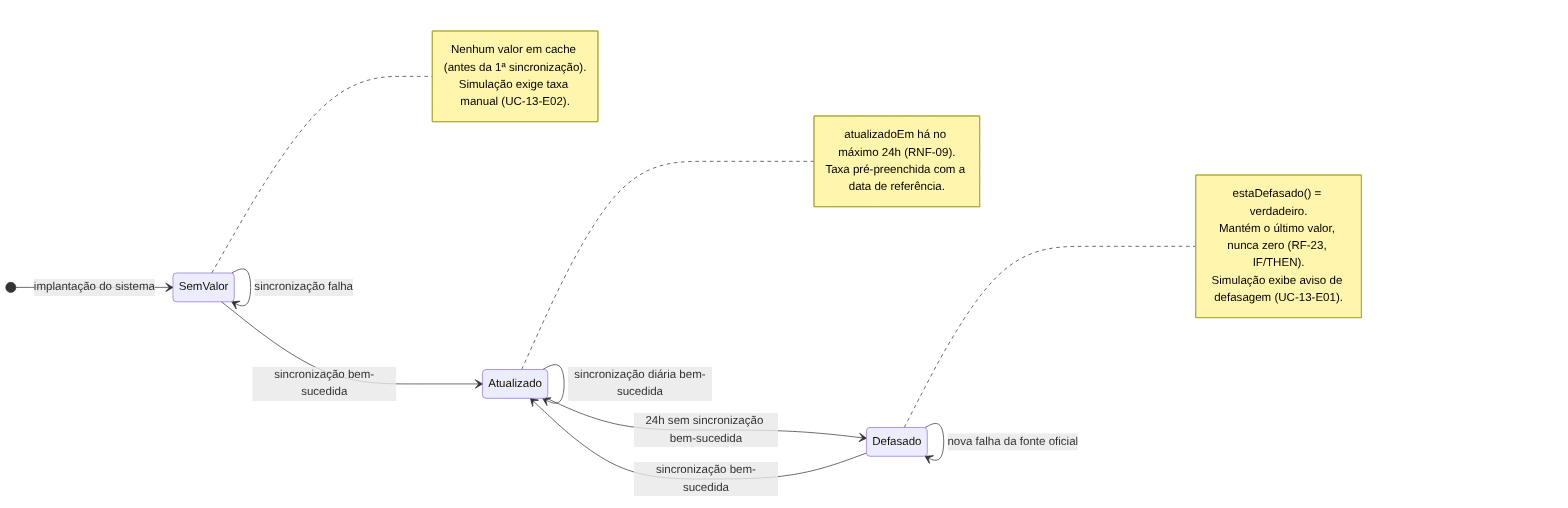
Before: docs/uml/estados-indicador.png, a diagram exported from Mermaid (EricToshioGoya/Finance-management). Its source is kept beside it as docs/uml/estados-indicador.mmd.
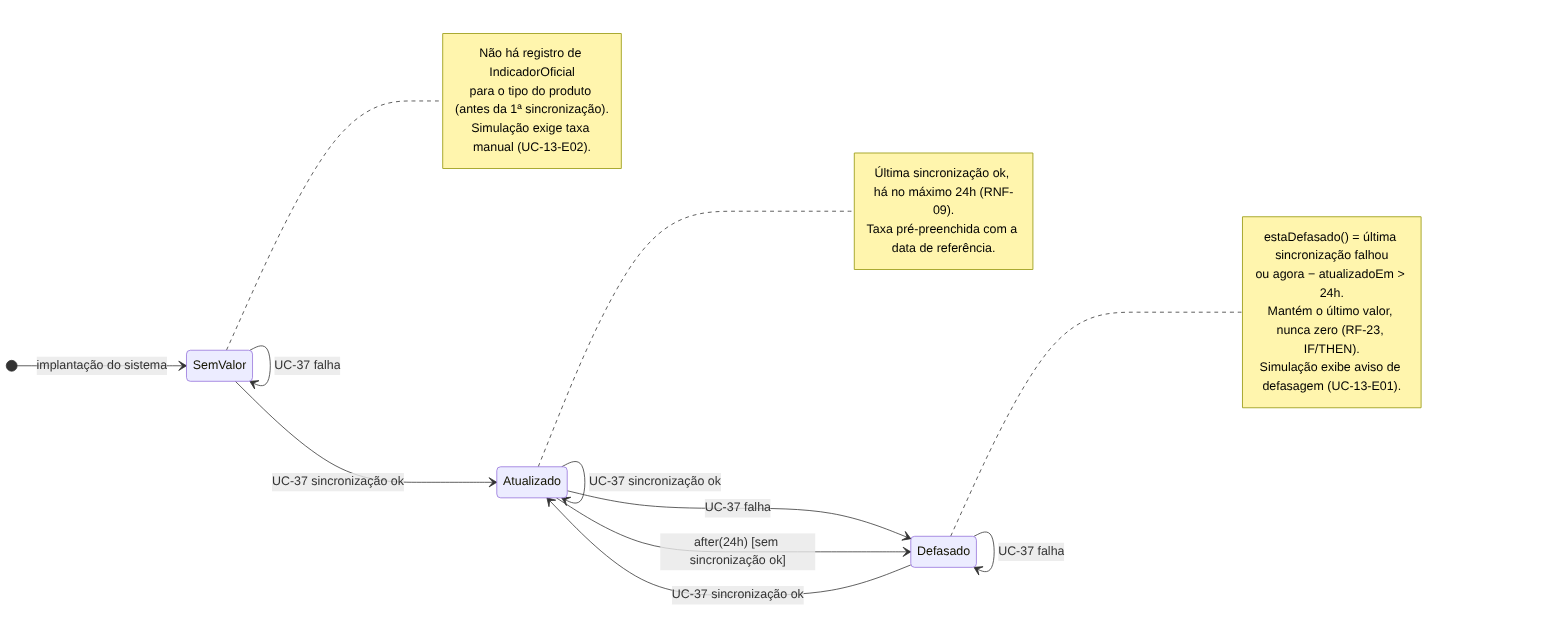
The same file after the commit.

What changed in the source:
```diff
@@ -3,25 +3,28 @@
 
     [*] --> SemValor : implantação do sistema
 
-    SemValor --> Atualizado : sincronização bem-sucedida
-    SemValor --> SemValor : sincronização falha
-    Atualizado --> Atualizado : sincronização diária bem-sucedida
-    Atualizado --> Defasado : 24h sem sincronização bem-sucedida
-    Defasado --> Atualizado : sincronização bem-sucedida
-    Defasado --> Defasado : nova falha da fonte oficial
+    SemValor --> Atualizado : UC-37 sincronização ok
+    SemValor --> SemValor : UC-37 falha
+    Atualizado --> Atualizado : UC-37 sincronização ok
+    Atualizado --> Defasado : UC-37 falha
+    Atualizado --> Defasado : after(24h) [sem sincronização ok]
+    Defasado --> Atualizado : UC-37 sincronização ok
+    Defasado --> Defasado : UC-37 falha
 
     note right of SemValor
-        Nenhum valor em cache (antes da 1ª sincronização).
+        Não há registro de IndicadorOficial
+        para o tipo do produto (antes da 1ª sincronização).
         Simulação exige taxa manual (UC-13-E02).
     end note
 
     note right of Atualizado
-        atualizadoEm há no máximo 24h (RNF-09).
+        Última sincronização ok, há no máximo 24h (RNF-09).
         Taxa pré-preenchida com a data de referência.
     end note
 
     note right of Defasado
-        estaDefasado() = verdadeiro.
+        estaDefasado() = última sincronização falhou
+        ou agora − atualizadoEm > 24h.
         Mantém o último valor, nunca zero (RF-23, IF/THEN).
         Simulação exibe aviso de defasagem (UC-13-E01).
     end note
```
